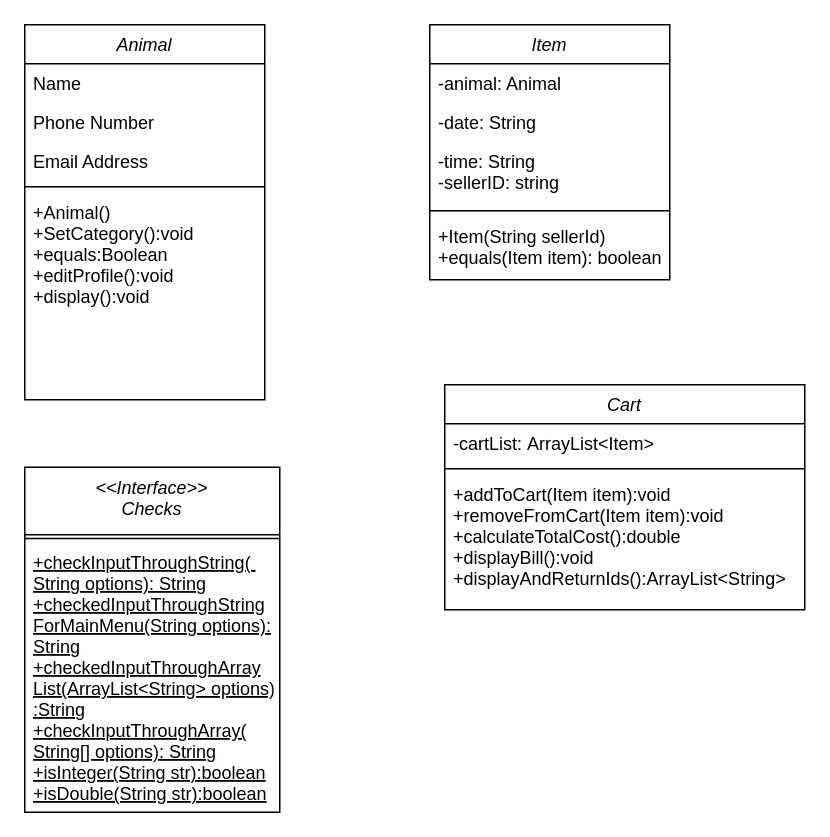
Before: Diagram/ Analys_reflektion.drawio in GitoPot/Analys_reflektion, a draw.io diagram. Source tidied: cells renumbered, new cells numbered last; positions are measured from the earlier drawing's top-left corner, leaving out a move shared by most shapes. Both pictures are drawn from the tidied source at 150%, with x=0, y=0 at pixel (24, 24).
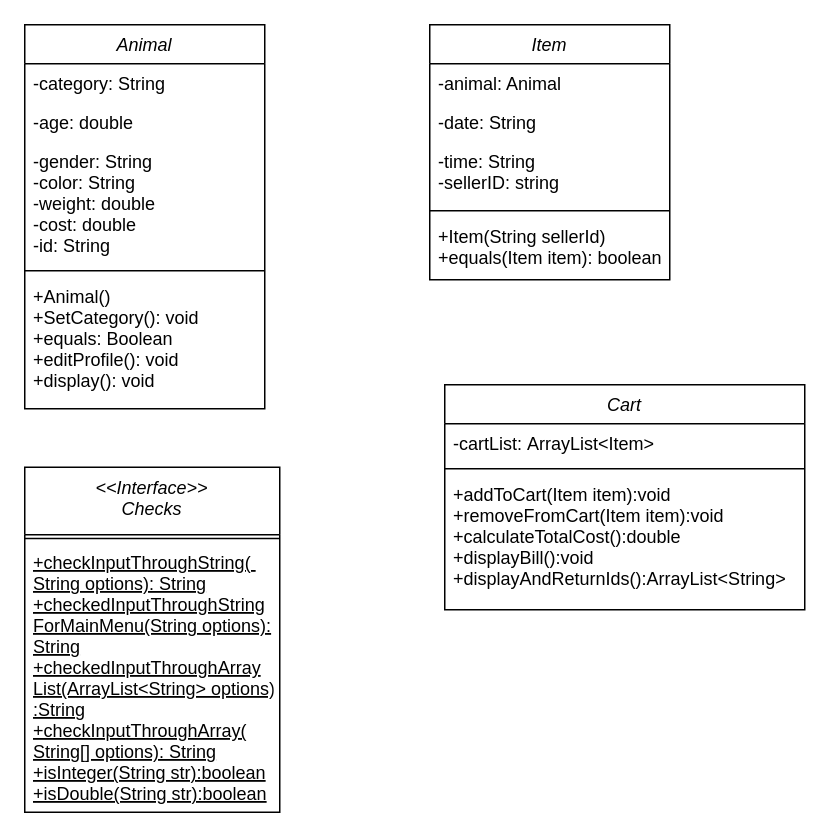
The same diagram, later.

Change to the diagram source:
```diff
@@
     <mxCell id="2" value="Animal" style="swimlane;fontStyle=2;align=center;verticalAlign=top;horizontal=1;startSize=26;rounded=0;shadow=0;strokeWidth=1;labelBackgroundColor=default;" parent="1" vertex="1">
-      <mxGeometry width="160" height="250" as="geometry" />
+      <mxGeometry width="160" height="256" as="geometry" />
     </mxCell>
-    <mxCell id="3" value="Name" style="text;align=left;verticalAlign=top;spacingLeft=4;spacingRight=4;overflow=hidden;" parent="2" vertex="1">
+    <mxCell id="3" value="-category: String" style="text;align=left;verticalAlign=top;spacingLeft=4;spacingRight=4;overflow=hidden;" parent="2" vertex="1">
       <mxGeometry y="26" width="160" height="26" as="geometry" />
     </mxCell>
-    <mxCell id="4" value="Phone Number" style="text;align=left;verticalAlign=top;spacingLeft=4;spacingRight=4;overflow=hidden;rounded=0;shadow=0;html=0;" parent="2" vertex="1">
+    <mxCell id="4" value="-age: double" style="text;align=left;verticalAlign=top;spacingLeft=4;spacingRight=4;overflow=hidden;rounded=0;shadow=0;html=0;" parent="2" vertex="1">
       <mxGeometry y="52" width="160" height="26" as="geometry" />
     </mxCell>
-    <mxCell id="5" value="Email Address" style="text;align=left;verticalAlign=top;spacingLeft=4;spacingRight=4;overflow=hidden;rounded=0;shadow=0;html=0;" parent="2" vertex="1">
-      <mxGeometry y="78" width="160" height="26" as="geometry" />
+    <mxCell id="5" value="-gender: String&#10;-color: String&#10;-weight: double&#10;-cost: double&#10;-id: String&#10;" style="text;align=left;verticalAlign=top;spacingLeft=4;spacingRight=4;overflow=hidden;rounded=0;shadow=0;html=0;" parent="2" vertex="1">
+      <mxGeometry y="78" width="160" height="82" as="geometry" />
     </mxCell>
     <mxCell id="6" style="line;html=1;strokeWidth=1;align=left;verticalAlign=middle;spacingTop=-1;spacingLeft=3;spacingRight=3;labelPosition=right;" parent="2" vertex="1">
-      <mxGeometry y="104" width="160" height="8" as="geometry" />
+      <mxGeometry y="160" width="160" height="8" as="geometry" />
     </mxCell>
-    <mxCell id="7" value="+Animal()&#10;+SetCategory():void&#10;+equals:Boolean&#10;+editProfile():void&#10;+display():void" style="text;align=left;verticalAlign=top;spacingLeft=4;spacingRight=4;overflow=hidden;" parent="2" vertex="1">
-      <mxGeometry y="112" width="160" height="88" as="geometry" />
+    <mxCell id="7" value="+Animal()&#10;+SetCategory(): void&#10;+equals: Boolean&#10;+editProfile(): void&#10;+display(): void" style="text;align=left;verticalAlign=top;spacingLeft=4;spacingRight=4;overflow=hidden;" parent="2" vertex="1">
+      <mxGeometry y="168" width="160" height="88" as="geometry" />
     </mxCell>
```
